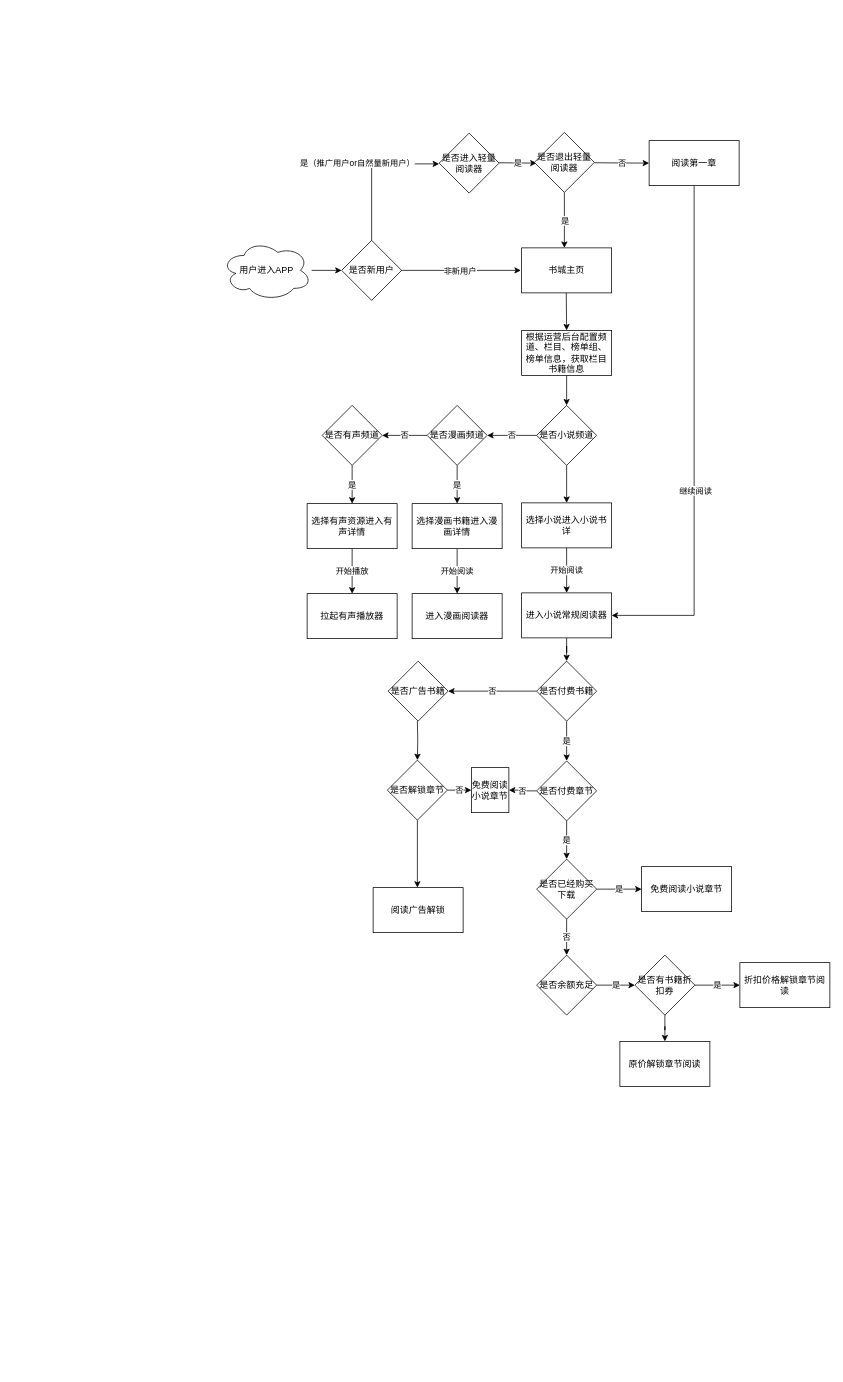
The draw.io diagram Untitled Diagram.drawio in beautysoup1106/beautysoup, before the edit. Source tidied: cells renumbered, new cells numbered last; positions are measured from the earlier drawing's top-left corner, leaving out a move shared by most shapes. Both pictures are drawn from the tidied source at 75%, with x=0, y=0 at pixel (221, 132).
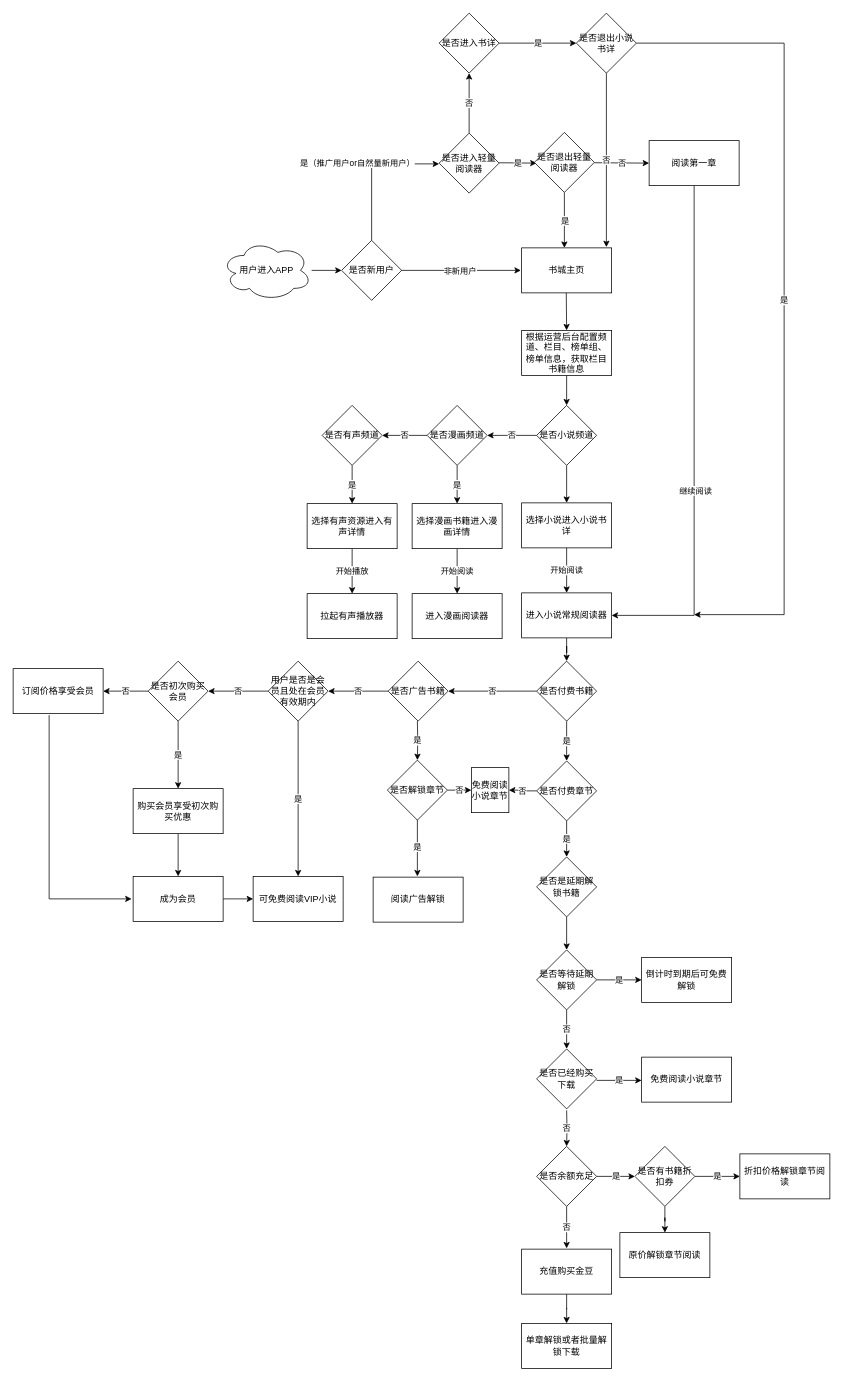
Above is the later version.

Unchanged cells that the change refers to:
```xml
<mxCell id="2" value="书城主页" style="rounded=0;whiteSpace=wrap;html=1;" parent="1" vertex="1">
  <mxGeometry x="400" y="154" width="120" height="60" as="geometry" />
</mxCell>
<mxCell id="22" value="是否进入轻量阅读器" style="rhombus;whiteSpace=wrap;html=1;" parent="1" vertex="1">
  <mxGeometry x="290" y="1" width="80" height="80" as="geometry" />
</mxCell>
<mxCell id="44" value="是否付费章节" style="rhombus;whiteSpace=wrap;html=1;rounded=0;" parent="1" vertex="1">
  <mxGeometry x="420" y="838" width="80" height="80" as="geometry" />
</mxCell>
<mxCell id="61" value="是否广告书籍" style="rhombus;whiteSpace=wrap;html=1;rounded=0;" parent="1" vertex="1">
  <mxGeometry x="222" y="705" width="80" height="80" as="geometry" />
</mxCell>
<mxCell id="64" value="是否解锁章节" style="rhombus;whiteSpace=wrap;html=1;rounded=0;" parent="1" vertex="1">
  <mxGeometry x="221" y="837" width="80" height="80" as="geometry" />
</mxCell>
```

Diff of the diagram source:
```diff
@@
+    <mxCell id="66" value="否" style="edgeStyle=orthogonalEdgeStyle;rounded=0;jettySize=auto;html=1;" parent="1" edge="1" source="22" target="93">
+      <mxGeometry relative="1" as="geometry" />
+    </mxCell>
@@
-    <mxCell id="43" value="是" style="edgeStyle=orthogonalEdgeStyle;rounded=0;jettySize=auto;html=1;" parent="1" edge="1" source="44" target="48">
-      <mxGeometry relative="1" as="geometry" />
-    </mxCell>
+    <mxCell id="67" value="是" style="edgeStyle=orthogonalEdgeStyle;rounded=0;jettySize=auto;html=1;" parent="1" edge="1" source="44" target="87">
+      <mxGeometry relative="1" as="geometry" />
+    </mxCell>
@@
-    <mxCell id="46" value="是" style="edgeStyle=orthogonalEdgeStyle;rounded=0;jettySize=auto;html=1;" parent="1" edge="1" source="48" target="49">
-      <mxGeometry relative="1" as="geometry" />
+    <mxCell id="46" value="是" style="edgeStyle=orthogonalEdgeStyle;rounded=0;orthogonalLoop=1;jettySize=auto;html=1;" parent="1" edge="1">
+      <mxGeometry relative="1" as="geometry">
+        <mxPoint x="500" y="1264" as="sourcePoint" />
+        <mxPoint x="560" y="1264" as="targetPoint" />
+      </mxGeometry>
     </mxCell>
-    <mxCell id="47" value="否" style="edgeStyle=orthogonalEdgeStyle;rounded=0;jettySize=auto;html=1;" parent="1" edge="1" source="48" target="51">
-      <mxGeometry relative="1" as="geometry" />
+    <mxCell id="47" value="否" style="edgeStyle=orthogonalEdgeStyle;rounded=0;jettySize=auto;html=1;" parent="1" edge="1" target="51">
+      <mxGeometry relative="1" as="geometry">
+        <mxPoint x="460" y="1304" as="sourcePoint" />
+      </mxGeometry>
     </mxCell>
     <mxCell id="48" value="是否已经购买下载" style="rhombus;whiteSpace=wrap;html=1;rounded=0;" parent="1" vertex="1">
-      <mxGeometry x="420" y="969" width="80" height="80" as="geometry" />
+      <mxGeometry x="420" y="1222" width="80" height="80" as="geometry" />
     </mxCell>
     <mxCell id="49" value="免费阅读小说章节" style="whiteSpace=wrap;html=1;rounded=0;" parent="1" vertex="1">
-      <mxGeometry x="560" y="979" width="120" height="60" as="geometry" />
+      <mxGeometry x="560" y="1233" width="120" height="60" as="geometry" />
     </mxCell>
@@
+    <mxCell id="68" value="否" style="edgeStyle=orthogonalEdgeStyle;rounded=0;jettySize=auto;html=1;" parent="1" edge="1" source="51">
+      <mxGeometry relative="1" as="geometry">
+        <mxPoint x="460" y="1488" as="targetPoint" />
+      </mxGeometry>
+    </mxCell>
     <mxCell id="51" value="是否余额充足" style="rhombus;whiteSpace=wrap;html=1;rounded=0;" parent="1" vertex="1">
-      <mxGeometry x="420" y="1097" width="80" height="80" as="geometry" />
+      <mxGeometry x="420" y="1352" width="80" height="80" as="geometry" />
     </mxCell>
@@
     <mxCell id="54" value="是否有书籍折扣券" style="rhombus;whiteSpace=wrap;html=1;rounded=0;" parent="1" vertex="1">
-      <mxGeometry x="551" y="1097" width="80" height="80" as="geometry" />
+      <mxGeometry x="551" y="1352" width="80" height="80" as="geometry" />
     </mxCell>
     <mxCell id="55" value="折扣价格解锁章节阅读" style="whiteSpace=wrap;html=1;rounded=0;" parent="1" vertex="1">
-      <mxGeometry x="691" y="1107" width="120" height="60" as="geometry" />
+      <mxGeometry x="691" y="1362" width="120" height="60" as="geometry" />
     </mxCell>
     <mxCell id="56" value="原价解锁章节阅读" style="whiteSpace=wrap;html=1;rounded=0;" parent="1" vertex="1">
-      <mxGeometry x="531" y="1212" width="120" height="60" as="geometry" />
+      <mxGeometry x="531" y="1467" width="120" height="60" as="geometry" />
     </mxCell>
@@
-    <mxCell id="60" style="edgeStyle=orthogonalEdgeStyle;rounded=0;jettySize=auto;html=1;" parent="1" edge="1" target="64">
+    <mxCell id="60" value="是" style="edgeStyle=orthogonalEdgeStyle;rounded=0;jettySize=auto;html=1;" parent="1" edge="1" target="64">
       <mxGeometry relative="1" as="geometry">
         <mxPoint x="261" y="785" as="sourcePoint" />
       </mxGeometry>
     </mxCell>
+    <mxCell id="69" value="否" style="edgeStyle=orthogonalEdgeStyle;rounded=0;jettySize=auto;html=1;" parent="1" edge="1" source="61" target="72">
+      <mxGeometry relative="1" as="geometry" />
+    </mxCell>
@@
-    <mxCell id="62" style="edgeStyle=orthogonalEdgeStyle;rounded=0;jettySize=auto;html=1;" parent="1" edge="1" source="64">
+    <mxCell id="62" value="是" style="edgeStyle=orthogonalEdgeStyle;rounded=0;jettySize=auto;html=1;exitX=0.5;exitY=0.963;exitDx=0;exitDy=0;exitPerimeter=0;" parent="1" edge="1" source="64">
       <mxGeometry relative="1" as="geometry">
-        <mxPoint x="261" y="1007" as="targetPoint" />
+        <mxPoint x="261" y="992" as="targetPoint" />
       </mxGeometry>
     </mxCell>
@@
     <mxCell id="65" value="阅读广告解锁" style="whiteSpace=wrap;html=1;rounded=0;" parent="1" vertex="1">
-      <mxGeometry x="202" y="1007" width="120" height="60" as="geometry" />
+      <mxGeometry x="202" y="993" width="120" height="60" as="geometry" />
     </mxCell>
+    <mxCell id="70" value="是" style="edgeStyle=orthogonalEdgeStyle;rounded=0;jettySize=auto;html=1;" parent="1" edge="1" source="72" target="73">
+      <mxGeometry relative="1" as="geometry" />
+    </mxCell>
+    <mxCell id="71" value="否" style="edgeStyle=orthogonalEdgeStyle;rounded=0;jettySize=auto;html=1;" parent="1" edge="1" source="72" target="76">
+      <mxGeometry relative="1" as="geometry" />
+    </mxCell>
+    <mxCell id="72" value="用户是否是会员且处在会员有效期内" style="rhombus;whiteSpace=wrap;html=1;rounded=0;" parent="1" vertex="1">
+      <mxGeometry x="62" y="705" width="80" height="80" as="geometry" />
+    </mxCell>
+    <mxCell id="73" value="可免费阅读VIP小说" style="whiteSpace=wrap;html=1;rounded=0;" parent="1" vertex="1">
+      <mxGeometry x="42" y="992" width="120" height="60" as="geometry" />
+    </mxCell>
+    <mxCell id="74" value="是" style="edgeStyle=orthogonalEdgeStyle;rounded=0;jettySize=auto;html=1;" parent="1" edge="1" source="76" target="78">
+      <mxGeometry relative="1" as="geometry" />
+    </mxCell>
+    <mxCell id="75" value="否" style="edgeStyle=orthogonalEdgeStyle;rounded=0;jettySize=auto;html=1;" parent="1" edge="1" source="76" target="79">
+      <mxGeometry relative="1" as="geometry" />
+    </mxCell>
+    <mxCell id="76" value="是否初次购买会员" style="rhombus;whiteSpace=wrap;html=1;rounded=0;" parent="1" vertex="1">
+      <mxGeometry x="-98" y="705" width="80" height="80" as="geometry" />
+    </mxCell>
+    <mxCell id="77" style="edgeStyle=orthogonalEdgeStyle;rounded=0;jettySize=auto;html=1;" parent="1" edge="1" source="78" target="81">
+      <mxGeometry relative="1" as="geometry" />
+    </mxCell>
+    <mxCell id="78" value="购买会员享受初次购买优惠" style="whiteSpace=wrap;html=1;rounded=0;" parent="1" vertex="1">
+      <mxGeometry x="-118" y="875" width="120" height="60" as="geometry" />
+    </mxCell>
+    <mxCell id="79" value="订阅价格享受会员" style="whiteSpace=wrap;html=1;rounded=0;" parent="1" vertex="1">
+      <mxGeometry x="-278" y="715" width="120" height="60" as="geometry" />
+    </mxCell>
+    <mxCell id="80" style="edgeStyle=orthogonalEdgeStyle;rounded=0;jettySize=auto;html=1;" parent="1" edge="1" source="81" target="73">
+      <mxGeometry relative="1" as="geometry" />
+    </mxCell>
+    <mxCell id="81" value="成为会员" style="whiteSpace=wrap;html=1;rounded=0;" parent="1" vertex="1">
+      <mxGeometry x="-118" y="992" width="120" height="60" as="geometry" />
+    </mxCell>
+    <mxCell id="82" style="endArrow=classic;html=1;rounded=0;exitX=0.4;exitY=1.033;exitDx=0;exitDy=0;exitPerimeter=0;" parent="1" edge="1" source="79">
+      <mxGeometry relative="1" as="geometry">
+        <mxPoint x="-120" y="1022" as="targetPoint" />
+        <Array as="points">
+          <mxPoint x="-230" y="1022" />
+        </Array>
+      </mxGeometry>
+    </mxCell>
+    <mxCell id="83" style="edgeStyle=orthogonalEdgeStyle;rounded=0;jettySize=auto;html=1;" parent="1" edge="1" source="84" target="85">
+      <mxGeometry relative="1" as="geometry" />
+    </mxCell>
+    <mxCell id="84" value="充值购买金豆" style="whiteSpace=wrap;html=1;rounded=0;" parent="1" vertex="1">
+      <mxGeometry x="400" y="1489" width="120" height="60" as="geometry" />
+    </mxCell>
+    <mxCell id="85" value="单章解锁或者批量解锁下载" style="whiteSpace=wrap;html=1;rounded=0;" parent="1" vertex="1">
+      <mxGeometry x="400" y="1588" width="120" height="60" as="geometry" />
+    </mxCell>
+    <mxCell id="86" style="edgeStyle=orthogonalEdgeStyle;rounded=0;jettySize=auto;html=1;" parent="1" edge="1" source="87" target="90">
+      <mxGeometry relative="1" as="geometry" />
+    </mxCell>
+    <mxCell id="87" value="是否是延期解锁书籍" style="rhombus;whiteSpace=wrap;html=1;rounded=0;" parent="1" vertex="1">
+      <mxGeometry x="420" y="966" width="80" height="80" as="geometry" />
+    </mxCell>
+    <mxCell id="88" value="否" style="edgeStyle=orthogonalEdgeStyle;rounded=0;jettySize=auto;html=1;" parent="1" edge="1" source="90" target="48">
+      <mxGeometry relative="1" as="geometry" />
+    </mxCell>
+    <mxCell id="89" value="是" style="edgeStyle=orthogonalEdgeStyle;rounded=0;jettySize=auto;html=1;" parent="1" edge="1" source="90" target="91">
+      <mxGeometry relative="1" as="geometry" />
+    </mxCell>
+    <mxCell id="90" value="是否等待延期解锁" style="rhombus;whiteSpace=wrap;html=1;rounded=0;" parent="1" vertex="1">
+      <mxGeometry x="420" y="1090" width="80" height="80" as="geometry" />
+    </mxCell>
+    <mxCell id="91" value="倒计时到期后可免费解锁" style="whiteSpace=wrap;html=1;rounded=0;" parent="1" vertex="1">
+      <mxGeometry x="560" y="1100" width="120" height="60" as="geometry" />
+    </mxCell>
+    <mxCell id="92" value="是" style="edgeStyle=orthogonalEdgeStyle;rounded=0;jettySize=auto;html=1;" parent="1" edge="1" source="93" target="96">
+      <mxGeometry relative="1" as="geometry" />
+    </mxCell>
+    <mxCell id="93" value="是否进入书详" style="rhombus;whiteSpace=wrap;html=1;" parent="1" vertex="1">
+      <mxGeometry x="290" y="-159" width="80" height="80" as="geometry" />
+    </mxCell>
+    <mxCell id="94" value="是" style="edgeStyle=orthogonalEdgeStyle;rounded=0;jettySize=auto;html=1;exitX=1;exitY=0.5;exitDx=0;exitDy=0;" parent="1" edge="1" source="96">
+      <mxGeometry relative="1" as="geometry">
+        <mxPoint x="630" y="643" as="targetPoint" />
+        <Array as="points">
+          <mxPoint x="750" y="-119" />
+          <mxPoint x="750" y="643" />
+        </Array>
+      </mxGeometry>
+    </mxCell>
+    <mxCell id="95" value="否" style="edgeStyle=orthogonalEdgeStyle;rounded=0;jettySize=auto;html=1;entryX=0.942;entryY=-0.017;entryDx=0;entryDy=0;entryPerimeter=0;" parent="1" edge="1" source="96" target="2">
+      <mxGeometry relative="1" as="geometry" />
+    </mxCell>
+    <mxCell id="96" value="是否退出小说书详" style="rhombus;whiteSpace=wrap;html=1;" parent="1" vertex="1">
+      <mxGeometry x="473" y="-159" width="80" height="80" as="geometry" />
+    </mxCell>
```
